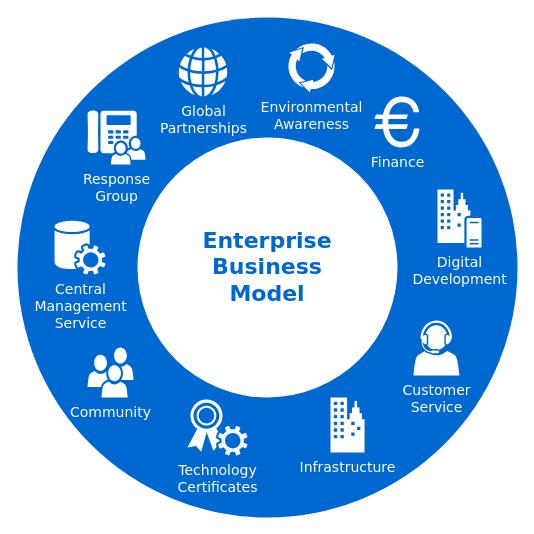
nayaksanketh/hello-world keeps this draw.io diagram as Untitled Diagram.drawio. Above is the earlier version. Source tidied: cells renumbered, new cells numbered last; positions are measured from the earlier drawing's top-left corner, leaving out a move shared by most shapes. Both pictures are drawn from the tidied source at 100%, with x=0, y=0 at pixel (17, 17).
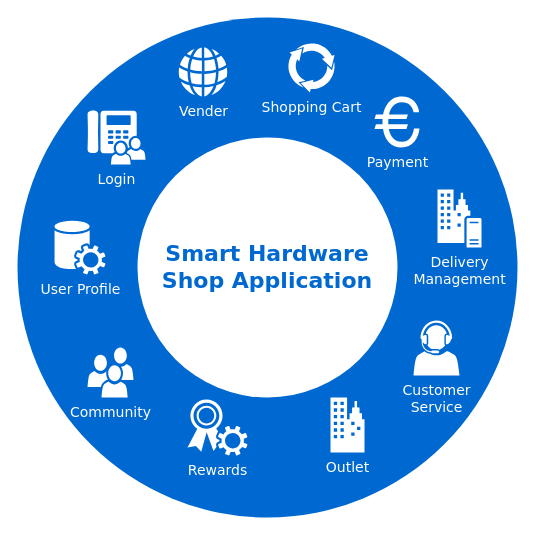
After the change.

Commit message:
Smart Hardware Shop Module

Change to the diagram source:
```diff
@@
 <mxGraphModel>
   <root>
     <mxCell id="0" />
     <mxCell id="1" parent="0" />
     <mxCell id="2" style="ellipse;whiteSpace=wrap;html=1;rounded=0;shadow=0;comic=0;strokeWidth=1;fontFamily=Verdana;fontSize=14;strokeColor=none;fillColor=#0069D1;" parent="1" vertex="1">
       <mxGeometry width="500" height="500" as="geometry" />
     </mxCell>
-    <mxCell id="3" value="Enterprise&lt;div&gt;Business&lt;/div&gt;&lt;div&gt;Model&lt;/div&gt;" style="ellipse;whiteSpace=wrap;html=1;rounded=0;shadow=0;comic=0;strokeWidth=1;fontFamily=Verdana;fontSize=22;strokeColor=none;fillColor=#ffffff;fontColor=#0069D1;fontStyle=1;" parent="1" vertex="1">
+    <mxCell id="3" value="Smart Hardware Shop Application" style="ellipse;whiteSpace=wrap;html=1;rounded=0;shadow=0;comic=0;strokeWidth=1;fontFamily=Verdana;fontSize=22;strokeColor=none;fillColor=#ffffff;fontColor=#0069D1;fontStyle=1;" parent="1" vertex="1">
       <mxGeometry x="120" y="120" width="260" height="260" as="geometry" />
     </mxCell>
     <mxCell id="4" value="Community" style="shadow=0;dashed=0;html=1;strokeColor=none;fillColor=#ffffff;labelPosition=center;verticalLabelPosition=bottom;verticalAlign=top;shape=mxgraph.office.users.users;rounded=0;comic=0;fontFamily=Verdana;fontSize=14;fontColor=#FFFFFF;" parent="1" vertex="1">
       <mxGeometry x="70" y="330" width="46" height="50" as="geometry" />
     </mxCell>
     <mxCell id="5" value="Customer&lt;div&gt;Service&lt;/div&gt;" style="shadow=0;dashed=0;html=1;strokeColor=none;fillColor=#ffffff;labelPosition=center;verticalLabelPosition=bottom;verticalAlign=top;shape=mxgraph.office.users.call_center_agent;rounded=0;comic=0;fontFamily=Verdana;fontSize=14;fontColor=#FFFFFF;" parent="1" vertex="1">
       <mxGeometry x="396" y="303" width="46" height="55" as="geometry" />
     </mxCell>
-    <mxCell id="6" value="Response&lt;div&gt;Group&lt;/div&gt;" style="shadow=0;dashed=0;html=1;strokeColor=none;fillColor=#ffffff;labelPosition=center;verticalLabelPosition=bottom;verticalAlign=top;shape=mxgraph.office.users.response_group;rounded=0;comic=0;fontFamily=Verdana;fontSize=14;fontColor=#FFFFFF;" parent="1" vertex="1">
+    <mxCell id="6" value="Login" style="shadow=0;dashed=0;html=1;strokeColor=none;fillColor=#ffffff;labelPosition=center;verticalLabelPosition=bottom;verticalAlign=top;shape=mxgraph.office.users.response_group;rounded=0;comic=0;fontFamily=Verdana;fontSize=14;fontColor=#FFFFFF;" parent="1" vertex="1">
       <mxGeometry x="70" y="93" width="58" height="54" as="geometry" />
     </mxCell>
-    <mxCell id="7" value="Central&lt;div&gt;Management&lt;/div&gt;&lt;div&gt;Service&lt;/div&gt;" style="shadow=0;dashed=0;html=1;strokeColor=none;fillColor=#ffffff;labelPosition=center;verticalLabelPosition=bottom;verticalAlign=top;shape=mxgraph.office.services.central_management_service;rounded=0;comic=0;fontFamily=Verdana;fontSize=14;fontColor=#FFFFFF;" parent="1" vertex="1">
+    <mxCell id="7" value="User Profile" style="shadow=0;dashed=0;html=1;strokeColor=none;fillColor=#ffffff;labelPosition=center;verticalLabelPosition=bottom;verticalAlign=top;shape=mxgraph.office.services.central_management_service;rounded=0;comic=0;fontFamily=Verdana;fontSize=14;fontColor=#FFFFFF;" parent="1" vertex="1">
       <mxGeometry x="37" y="203" width="51" height="54" as="geometry" />
     </mxCell>
-    <mxCell id="8" value="Digital&lt;div&gt;Development&lt;/div&gt;" style="shadow=0;dashed=0;html=1;strokeColor=none;fillColor=#ffffff;labelPosition=center;verticalLabelPosition=bottom;verticalAlign=top;shape=mxgraph.office.servers.on_premises_server;rounded=0;comic=0;fontFamily=Verdana;fontSize=14;fontColor=#FFFFFF;" parent="1" vertex="1">
+    <mxCell id="8" value="Delivery &lt;br&gt;Management" style="shadow=0;dashed=0;html=1;strokeColor=none;fillColor=#ffffff;labelPosition=center;verticalLabelPosition=bottom;verticalAlign=top;shape=mxgraph.office.servers.on_premises_server;rounded=0;comic=0;fontFamily=Verdana;fontSize=14;fontColor=#FFFFFF;" parent="1" vertex="1">
       <mxGeometry x="420" y="172" width="44" height="58" as="geometry" />
     </mxCell>
-    <mxCell id="9" value="Technology&lt;div&gt;Certificates&lt;/div&gt;" style="shadow=0;dashed=0;html=1;strokeColor=none;fillColor=#ffffff;labelPosition=center;verticalLabelPosition=bottom;verticalAlign=top;shape=mxgraph.office.security.token_service;rounded=0;comic=0;fontFamily=Verdana;fontSize=14;fontColor=#FFFFFF;" parent="1" vertex="1">
+    <mxCell id="9" value="Rewards" style="shadow=0;dashed=0;html=1;strokeColor=none;fillColor=#ffffff;labelPosition=center;verticalLabelPosition=bottom;verticalAlign=top;shape=mxgraph.office.security.token_service;rounded=0;comic=0;fontFamily=Verdana;fontSize=14;fontColor=#FFFFFF;" parent="1" vertex="1">
       <mxGeometry x="170" y="382" width="60" height="56" as="geometry" />
     </mxCell>
-    <mxCell id="10" value="Infrastructure" style="shadow=0;dashed=0;html=1;strokeColor=none;fillColor=#ffffff;labelPosition=center;verticalLabelPosition=bottom;verticalAlign=top;shape=mxgraph.office.concepts.on_premises;rounded=0;comic=0;fontFamily=Verdana;fontSize=14;fontColor=#FFFFFF;" parent="1" vertex="1">
+    <mxCell id="10" value="Outlet" style="shadow=0;dashed=0;html=1;strokeColor=none;fillColor=#ffffff;labelPosition=center;verticalLabelPosition=bottom;verticalAlign=top;shape=mxgraph.office.concepts.on_premises;rounded=0;comic=0;fontFamily=Verdana;fontSize=14;fontColor=#FFFFFF;" parent="1" vertex="1">
       <mxGeometry x="313" y="380" width="34" height="55" as="geometry" />
     </mxCell>
-    <mxCell id="11" value="Global&lt;div&gt;Partnerships&lt;/div&gt;" style="shadow=0;dashed=0;html=1;strokeColor=none;fillColor=#ffffff;labelPosition=center;verticalLabelPosition=bottom;verticalAlign=top;shape=mxgraph.office.concepts.globe_internet;rounded=0;comic=0;fontFamily=Verdana;fontSize=14;fontColor=#FFFFFF;" parent="1" vertex="1">
+    <mxCell id="11" value="Vender" style="shadow=0;dashed=0;html=1;strokeColor=none;fillColor=#ffffff;labelPosition=center;verticalLabelPosition=bottom;verticalAlign=top;shape=mxgraph.office.concepts.globe_internet;rounded=0;comic=0;fontFamily=Verdana;fontSize=14;fontColor=#FFFFFF;" parent="1" vertex="1">
       <mxGeometry x="161" y="30" width="49" height="49" as="geometry" />
     </mxCell>
-    <mxCell id="12" value="Environmental&lt;div&gt;Awareness&lt;/div&gt;" style="shadow=0;dashed=0;html=1;strokeColor=none;shape=mxgraph.mscae.general.continuous_cycle;fillColor=#ffffff;rounded=0;comic=0;fontFamily=Verdana;fontSize=14;fontColor=#FFFFFF;verticalAlign=top;labelPosition=center;verticalLabelPosition=bottom;align=center;" parent="1" vertex="1">
+    <mxCell id="12" value="Shopping Cart" style="shadow=0;dashed=0;html=1;strokeColor=none;shape=mxgraph.mscae.general.continuous_cycle;fillColor=#ffffff;rounded=0;comic=0;fontFamily=Verdana;fontSize=14;fontColor=#FFFFFF;verticalAlign=top;labelPosition=center;verticalLabelPosition=bottom;align=center;" parent="1" vertex="1">
       <mxGeometry x="270" y="25" width="48" height="50" as="geometry" />
     </mxCell>
-    <mxCell id="13" value="Finance" style="shape=mxgraph.signs.travel.euro;html=1;fillColor=#ffffff;strokeColor=none;verticalLabelPosition=bottom;verticalAlign=top;align=center;rounded=0;shadow=0;dashed=0;comic=0;fontFamily=Verdana;fontSize=14;fontColor=#FFFFFF;" parent="1" vertex="1">
+    <mxCell id="13" value="Payment" style="shape=mxgraph.signs.travel.euro;html=1;fillColor=#ffffff;strokeColor=none;verticalLabelPosition=bottom;verticalAlign=top;align=center;rounded=0;shadow=0;dashed=0;comic=0;fontFamily=Verdana;fontSize=14;fontColor=#FFFFFF;" parent="1" vertex="1">
       <mxGeometry x="357" y="79" width="45" height="51" as="geometry" />
     </mxCell>
   </root>
 </mxGraphModel>
```
